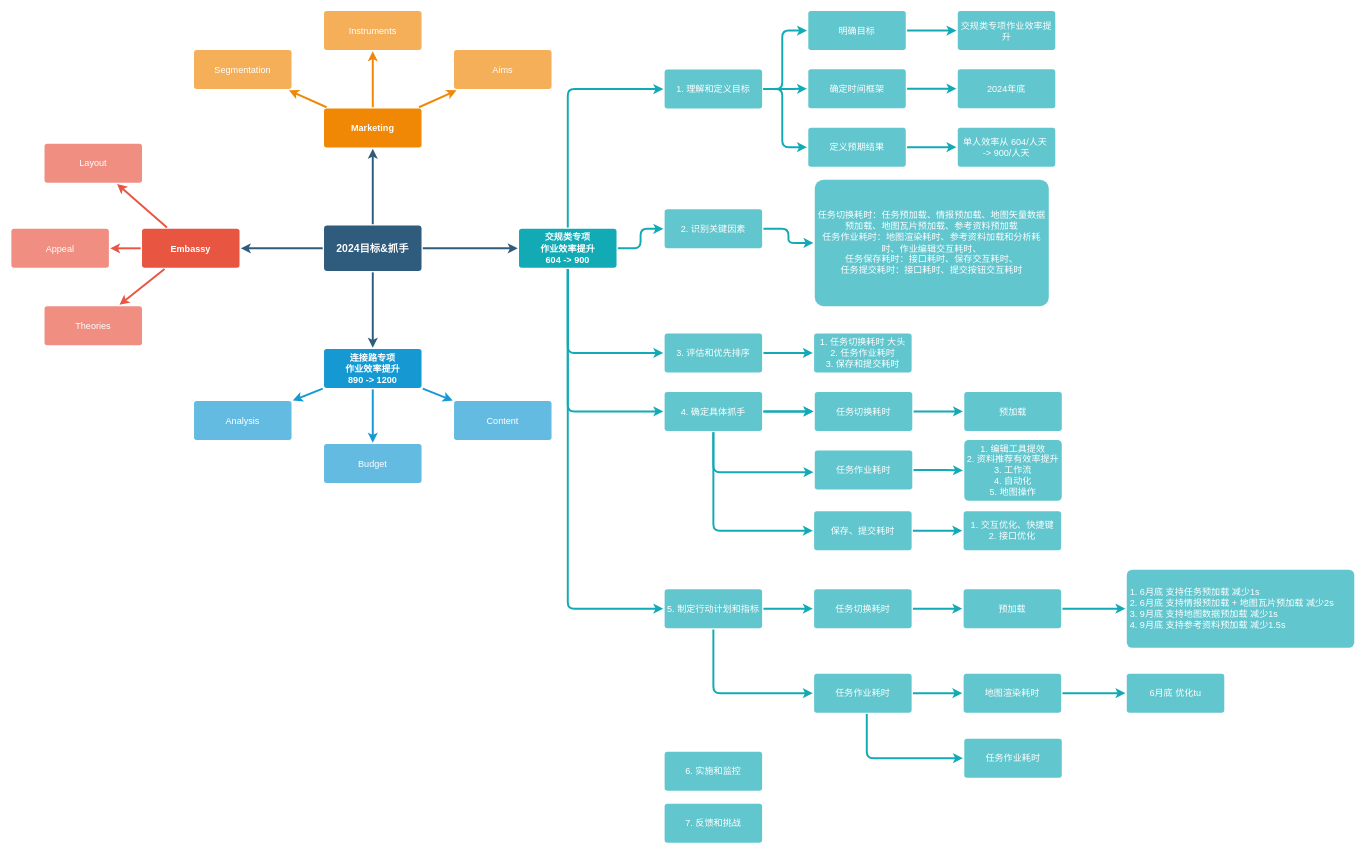
Earlier version of the draw.io diagram 2024工作目标抓手.drawio (chaijinsong/draw.io). Source tidied: cells renumbered, new cells numbered last; positions are measured from the earlier drawing's top-left corner, leaving out a move shared by most shapes. Both pictures are drawn from the tidied source at 65%, with x=0, y=0 at pixel (11, 10).
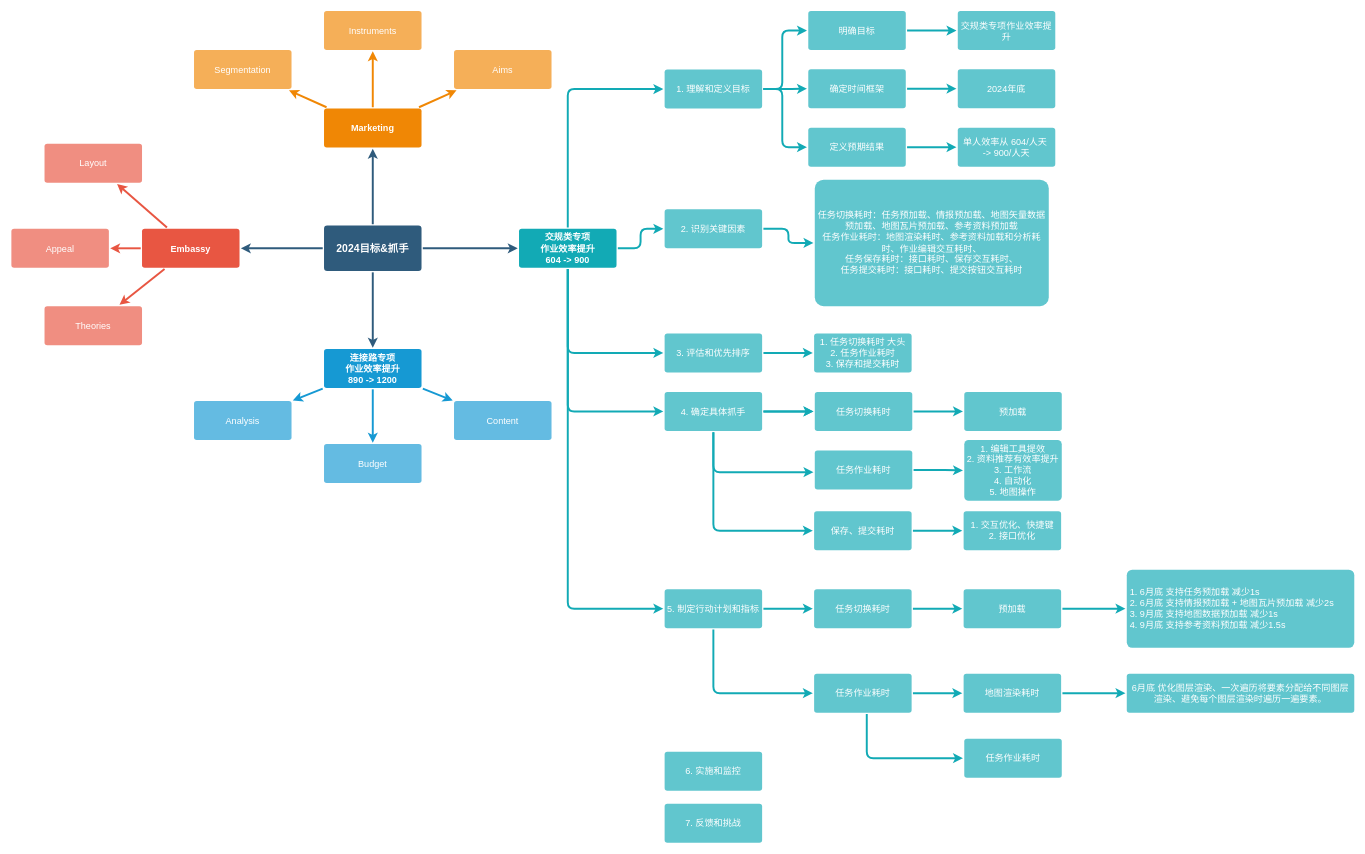
Above is the later version.

Commit message (it also covers changes not shown here):
更新2024工作目标抓手.drawio

What changed in the source:
```diff
@@
-    <mxCell id="83" value="6月底 优化tu" style="rounded=1;whiteSpace=wrap;html=1;shadow=0;labelBackgroundColor=none;strokeColor=none;strokeWidth=3;fillColor=#61c6ce;fontFamily=Helvetica;fontSize=14;fontColor=#FFFFFF;align=center;spacing=5;fontStyle=0;arcSize=7;perimeterSpacing=2;glass=0;" parent="1" vertex="1">
-      <mxGeometry x="1716" y="1020" width="150" height="60" as="geometry" />
+    <mxCell id="83" value="6月底 优化图层渲染、一次遍历将要素分配给不同图层渲染、避免每个图层渲染时遍历一遍要素。" style="rounded=1;whiteSpace=wrap;html=1;shadow=0;labelBackgroundColor=none;strokeColor=none;strokeWidth=3;fillColor=#61c6ce;fontFamily=Helvetica;fontSize=14;fontColor=#FFFFFF;align=center;spacing=5;fontStyle=0;arcSize=7;perimeterSpacing=2;glass=0;" parent="1" vertex="1">
+      <mxGeometry x="1716" y="1020" width="350" height="60" as="geometry" />
     </mxCell>
```
